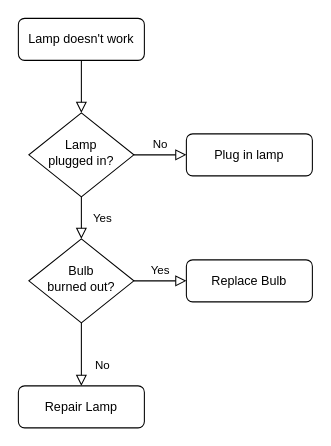
Before: 登录.drawio in Self-madeboy/-, a draw.io diagram. Source tidied: cells renumbered, new cells numbered last; positions are measured from the earlier drawing's top-left corner, leaving out a move shared by most shapes. Both pictures are drawn from the tidied source at 105%, with x=0, y=0 at pixel (18, 18).
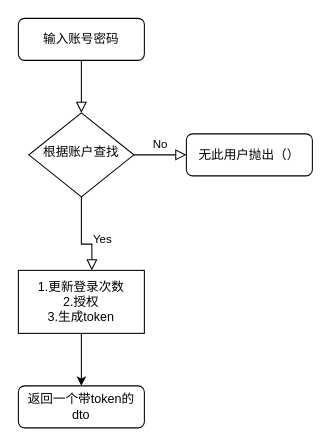
The same page after the edit.

Diff of the diagram source:
```diff
@@
 <mxGraphModel>
   <root>
     <mxCell id="0" />
     <mxCell id="1" parent="0" />
     <mxCell id="2" style="rounded=0;html=1;jettySize=auto;fontSize=11;endArrow=block;endFill=0;endSize=8;strokeWidth=1;shadow=0;labelBackgroundColor=none;edgeStyle=orthogonalEdgeStyle;" parent="1" edge="1" source="3" target="6">
       <mxGeometry relative="1" as="geometry" />
     </mxCell>
-    <mxCell id="3" value="Lamp doesn't work" style="rounded=1;whiteSpace=wrap;html=1;fontSize=12;glass=0;strokeWidth=1;shadow=0;" parent="1" vertex="1">
+    <mxCell id="3" value="输入账号密码" style="rounded=1;whiteSpace=wrap;html=1;fontSize=12;glass=0;strokeWidth=1;shadow=0;" parent="1" vertex="1">
       <mxGeometry width="120" height="40" as="geometry" />
     </mxCell>
-    <mxCell id="4" value="Yes" style="rounded=0;html=1;jettySize=auto;fontSize=11;endArrow=block;endFill=0;endSize=8;strokeWidth=1;shadow=0;labelBackgroundColor=none;edgeStyle=orthogonalEdgeStyle;" parent="1" edge="1" source="6" target="10">
-      <mxGeometry y="20" relative="1" as="geometry" />
+    <mxCell id="4" value="Yes" style="rounded=0;html=1;jettySize=auto;fontSize=11;endArrow=block;endFill=0;endSize=8;strokeWidth=1;shadow=0;labelBackgroundColor=none;edgeStyle=orthogonalEdgeStyle;" parent="1" edge="1" source="6" target="15">
+      <mxGeometry y="20" relative="1" as="geometry">
+        <Array as="points">
+          <mxPoint x="60" y="215" />
+          <mxPoint x="70" y="215" />
+        </Array>
+      </mxGeometry>
     </mxCell>
     <mxCell id="5" value="No" style="edgeStyle=orthogonalEdgeStyle;rounded=0;html=1;jettySize=auto;fontSize=11;endArrow=block;endFill=0;endSize=8;strokeWidth=1;shadow=0;labelBackgroundColor=none;" parent="1" edge="1" source="6" target="7">
       <mxGeometry y="10" relative="1" as="geometry" />
     </mxCell>
-    <mxCell id="6" value="Lamp&lt;br&gt;plugged in?" style="rhombus;whiteSpace=wrap;html=1;shadow=0;fontFamily=Helvetica;fontSize=12;align=center;strokeWidth=1;spacing=6;spacingTop=-4;" parent="1" vertex="1">
+    <mxCell id="6" value="根据账户查找" style="rhombus;whiteSpace=wrap;html=1;shadow=0;fontFamily=Helvetica;fontSize=12;align=center;strokeWidth=1;spacing=6;spacingTop=-4;" parent="1" vertex="1">
       <mxGeometry x="10" y="90" width="100" height="80" as="geometry" />
     </mxCell>
-    <mxCell id="7" value="Plug in lamp" style="rounded=1;whiteSpace=wrap;html=1;fontSize=12;glass=0;strokeWidth=1;shadow=0;" parent="1" vertex="1">
+    <mxCell id="7" value="无此用户抛出（）" style="rounded=1;whiteSpace=wrap;html=1;fontSize=12;glass=0;strokeWidth=1;shadow=0;" parent="1" vertex="1">
       <mxGeometry x="160" y="110" width="120" height="40" as="geometry" />
     </mxCell>
-    <mxCell id="8" value="No" style="rounded=0;html=1;jettySize=auto;fontSize=11;endArrow=block;endFill=0;endSize=8;strokeWidth=1;shadow=0;labelBackgroundColor=none;edgeStyle=orthogonalEdgeStyle;" parent="1" edge="1" source="10" target="11">
-      <mxGeometry x="0.33" y="20" relative="1" as="geometry" />
-    </mxCell>
-    <mxCell id="9" value="Yes" style="edgeStyle=orthogonalEdgeStyle;rounded=0;html=1;jettySize=auto;fontSize=11;endArrow=block;endFill=0;endSize=8;strokeWidth=1;shadow=0;labelBackgroundColor=none;" parent="1" edge="1" source="10" target="12">
-      <mxGeometry y="10" relative="1" as="geometry" />
-    </mxCell>
-    <mxCell id="10" value="Bulb&lt;br&gt;burned out?" style="rhombus;whiteSpace=wrap;html=1;shadow=0;fontFamily=Helvetica;fontSize=12;align=center;strokeWidth=1;spacing=6;spacingTop=-4;" parent="1" vertex="1">
-      <mxGeometry x="10" y="210" width="100" height="80" as="geometry" />
-    </mxCell>
-    <mxCell id="11" value="Repair Lamp" style="rounded=1;whiteSpace=wrap;html=1;fontSize=12;glass=0;strokeWidth=1;shadow=0;" parent="1" vertex="1">
+    <mxCell id="11" value="返回一个带token的dto&lt;br&gt;" style="rounded=1;whiteSpace=wrap;html=1;fontSize=12;glass=0;strokeWidth=1;shadow=0;" parent="1" vertex="1">
       <mxGeometry y="350" width="120" height="40" as="geometry" />
     </mxCell>
-    <mxCell id="12" value="Replace Bulb" style="rounded=1;whiteSpace=wrap;html=1;fontSize=12;glass=0;strokeWidth=1;shadow=0;" parent="1" vertex="1">
-      <mxGeometry x="160" y="230" width="120" height="40" as="geometry" />
-    </mxCell>
+    <mxCell id="13" style="edgeStyle=orthogonalEdgeStyle;rounded=0;jettySize=auto;html=1;exitX=0.75;exitY=1;exitDx=0;exitDy=0;" parent="1" edge="1" source="15">
+      <mxGeometry relative="1" as="geometry">
+        <mxPoint x="90" y="290" as="targetPoint" />
+      </mxGeometry>
+    </mxCell>
+    <mxCell id="14" style="edgeStyle=orthogonalEdgeStyle;rounded=0;jettySize=auto;html=1;entryX=0.5;entryY=0;entryDx=0;entryDy=0;" parent="1" edge="1" source="15" target="11">
+      <mxGeometry relative="1" as="geometry" />
+    </mxCell>
+    <mxCell id="15" value="1.更新登录次数&lt;br&gt;2.授权&lt;br&gt;3.生成token" style="rounded=0;whiteSpace=wrap;html=1;" parent="1" vertex="1">
+      <mxGeometry y="240" width="120" height="60" as="geometry" />
+    </mxCell>
   </root>
 </mxGraphModel>
```
